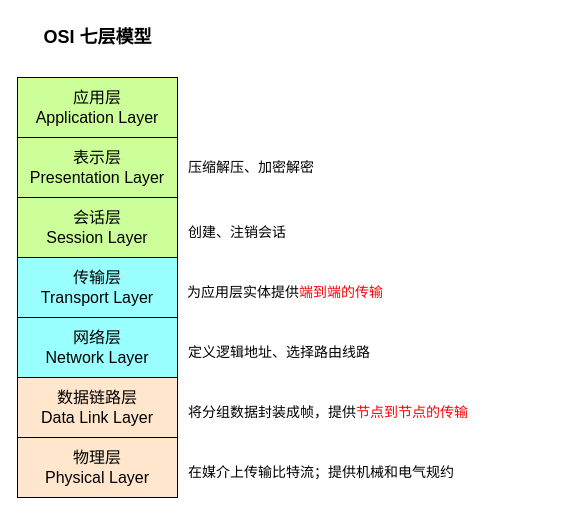
Above: files/network/OSI七层模型.drawio in weizhiqimail/draw.io.repo (draw.io), before the change. Source tidied: cells renumbered, new cells numbered last; positions are measured from the earlier drawing's top-left corner, leaving out a move shared by most shapes. Both pictures are drawn from the tidied source at 100%, with x=0, y=0 at pixel (17, 17).
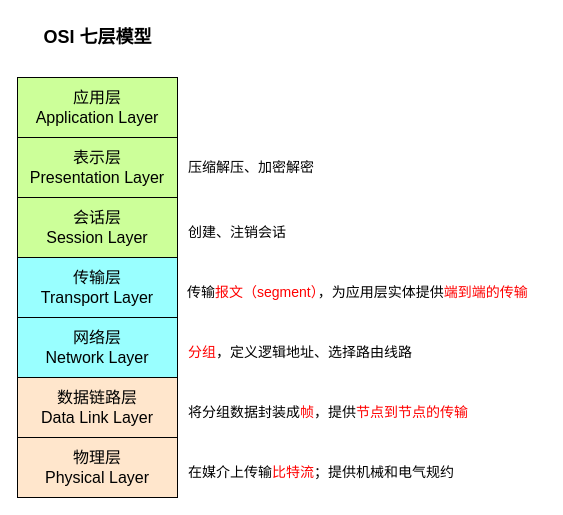
After the change.

The edit, as a diff of the source:
```diff
@@
 <mxGraphModel>
   <root>
     <mxCell id="0" />
     <mxCell id="1" parent="0" />
     <mxCell id="2" value="应用层&lt;div&gt;Application Layer&lt;/div&gt;" style="rounded=0;whiteSpace=wrap;html=1;fontSize=16;fillColor=#CCFF99;" parent="1" vertex="1">
       <mxGeometry y="60" width="160" height="60" as="geometry" />
     </mxCell>
     <mxCell id="3" value="表示层&lt;div&gt;Presentation Layer&lt;/div&gt;" style="rounded=0;whiteSpace=wrap;html=1;fontSize=16;fillColor=#CCFF99;" parent="1" vertex="1">
       <mxGeometry y="120" width="160" height="60" as="geometry" />
     </mxCell>
     <mxCell id="4" value="会话层&lt;div&gt;Session Layer&lt;/div&gt;" style="rounded=0;whiteSpace=wrap;html=1;fontSize=16;fillColor=#CCFF99;" parent="1" vertex="1">
       <mxGeometry y="180" width="160" height="60" as="geometry" />
     </mxCell>
     <mxCell id="5" value="传输层&lt;div&gt;Transport Layer&lt;/div&gt;" style="rounded=0;whiteSpace=wrap;html=1;fontSize=16;fillColor=#99FFFF;" parent="1" vertex="1">
       <mxGeometry y="240" width="160" height="60" as="geometry" />
     </mxCell>
     <mxCell id="6" value="网络层&lt;div&gt;Network Layer&lt;/div&gt;" style="rounded=0;whiteSpace=wrap;html=1;fontSize=16;fillColor=#99FFFF;" parent="1" vertex="1">
       <mxGeometry y="300" width="160" height="60" as="geometry" />
     </mxCell>
     <mxCell id="7" value="数据链路层&lt;div&gt;Data Link Layer&lt;/div&gt;" style="rounded=0;whiteSpace=wrap;html=1;fontSize=16;fillColor=#FFE6CC;" parent="1" vertex="1">
       <mxGeometry y="360" width="160" height="60" as="geometry" />
     </mxCell>
     <mxCell id="8" value="物理层&lt;div&gt;Physical Layer&lt;/div&gt;" style="rounded=0;whiteSpace=wrap;html=1;fontSize=16;fillColor=#FFE6CC;" parent="1" vertex="1">
       <mxGeometry y="420" width="160" height="60" as="geometry" />
     </mxCell>
     <mxCell id="9" value="压缩解压、加密解密" style="text;html=1;align=left;verticalAlign=middle;strokeColor=none;fillColor=none;fontSize=14;" parent="1" vertex="1">
       <mxGeometry x="169" y="135" width="150" height="30" as="geometry" />
     </mxCell>
     <mxCell id="10" value="创建、注销会话" style="text;html=1;align=left;verticalAlign=middle;strokeColor=none;fillColor=none;fontSize=14;" parent="1" vertex="1">
       <mxGeometry x="169" y="200" width="120" height="30" as="geometry" />
     </mxCell>
-    <mxCell id="11" value="为应用层实体提供&lt;font style=&quot;color: rgb(255, 0, 0);&quot;&gt;端到端的传输&lt;/font&gt;" style="text;html=1;align=left;verticalAlign=middle;strokeColor=none;fillColor=none;fontSize=14;" parent="1" vertex="1">
-      <mxGeometry x="168" y="260" width="220" height="30" as="geometry" />
+    <mxCell id="11" value="传输&lt;font style=&quot;color: rgb(255, 0, 0);&quot;&gt;报文（segment）&lt;/font&gt;，为应用层实体提供&lt;font style=&quot;color: rgb(255, 0, 0);&quot;&gt;端到端的传输&lt;/font&gt;" style="text;html=1;align=left;verticalAlign=middle;strokeColor=none;fillColor=none;fontSize=14;" parent="1" vertex="1">
+      <mxGeometry x="168" y="260" width="360" height="30" as="geometry" />
     </mxCell>
-    <mxCell id="12" value="定义逻辑地址、选择路由线路" style="text;html=1;align=left;verticalAlign=middle;strokeColor=none;fillColor=none;fontSize=14;" parent="1" vertex="1">
-      <mxGeometry x="169" y="320" width="210" height="30" as="geometry" />
+    <mxCell id="12" value="&lt;font style=&quot;color: rgb(255, 0, 0);&quot;&gt;分组&lt;/font&gt;，定义逻辑地址、选择路由线路" style="text;html=1;align=left;verticalAlign=middle;strokeColor=none;fillColor=none;fontSize=14;" parent="1" vertex="1">
+      <mxGeometry x="169" y="320" width="250" height="30" as="geometry" />
     </mxCell>
-    <mxCell id="13" value="将分组数据封装成帧，提供&lt;font style=&quot;color: rgb(255, 0, 0);&quot;&gt;节点到节点的传输&lt;/font&gt;" style="text;html=1;align=left;verticalAlign=middle;strokeColor=none;fillColor=none;fontSize=14;" parent="1" vertex="1">
+    <mxCell id="13" value="将分组数据封装成&lt;font style=&quot;color: rgb(255, 0, 0);&quot;&gt;帧&lt;/font&gt;，提供&lt;font style=&quot;color: rgb(255, 0, 0);&quot;&gt;节点到节点的传输&lt;/font&gt;" style="text;html=1;align=left;verticalAlign=middle;strokeColor=none;fillColor=none;fontSize=14;" parent="1" vertex="1">
       <mxGeometry x="169" y="380" width="300" height="30" as="geometry" />
     </mxCell>
     <mxCell id="14" value="&lt;font style=&quot;font-size: 18px;&quot;&gt;&lt;b style=&quot;&quot;&gt;OSI 七层模型&lt;/b&gt;&lt;/font&gt;" style="text;html=1;align=center;verticalAlign=middle;strokeColor=none;fillColor=none;" parent="1" vertex="1">
       <mxGeometry x="15" width="130" height="40" as="geometry" />
     </mxCell>
-    <mxCell id="15" value="在媒介上传输比特流；提供机械和电气规约" style="text;html=1;align=left;verticalAlign=middle;strokeColor=none;fillColor=none;fontSize=14;" parent="1" vertex="1">
+    <mxCell id="15" value="在媒介上传输&lt;font style=&quot;color: rgb(255, 0, 0);&quot;&gt;比特流&lt;/font&gt;；提供机械和电气规约" style="text;html=1;align=left;verticalAlign=middle;strokeColor=none;fillColor=none;fontSize=14;" parent="1" vertex="1">
       <mxGeometry x="169" y="440" width="290" height="30" as="geometry" />
     </mxCell>
   </root>
 </mxGraphModel>
```
